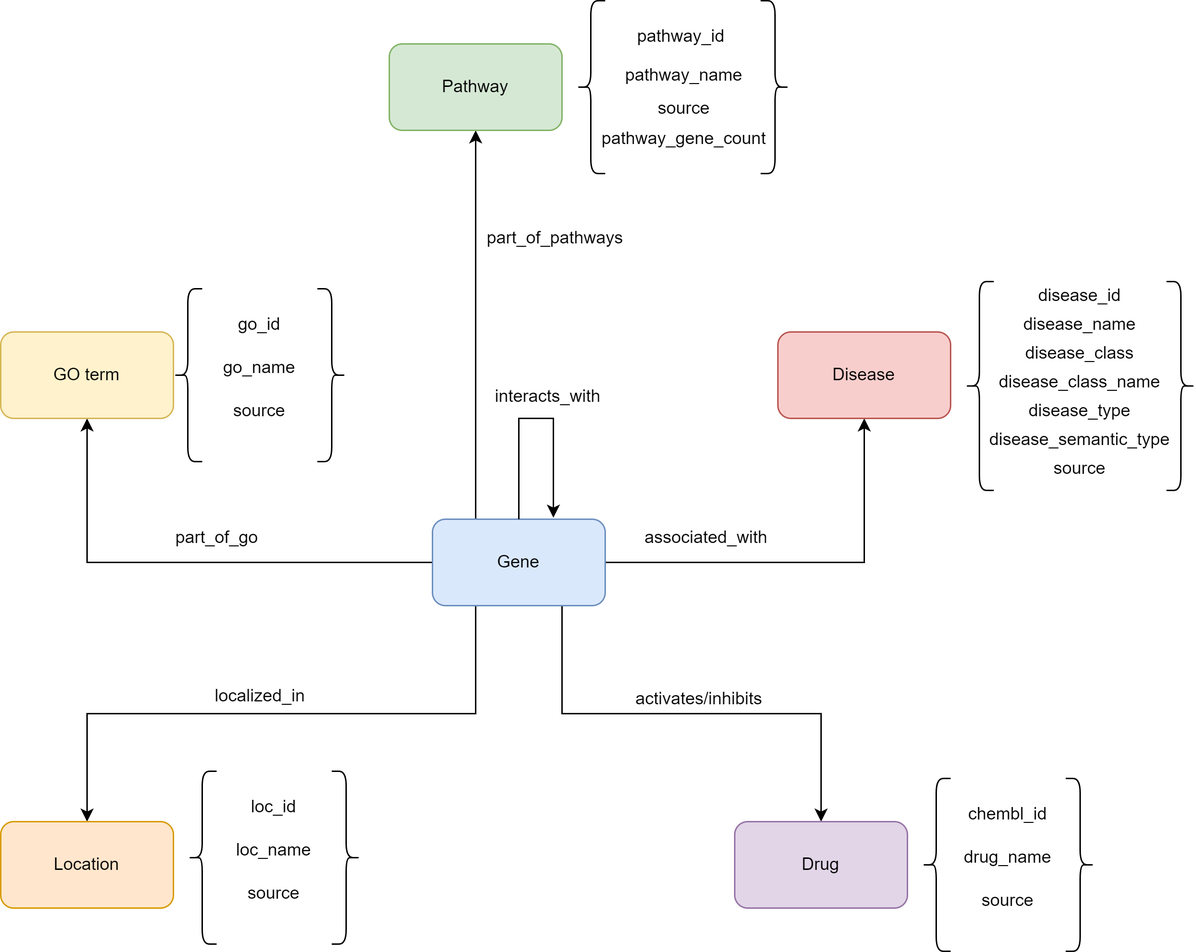
Above: paper/figures/pybiodatafuse-graph.png in BioDataFuse/biohackarvix-2023 (draw.io), before the change. Source tidied: cells renumbered, new cells last; positions are measured from the earlier drawing's top-left corner, leaving out a move shared by most shapes.
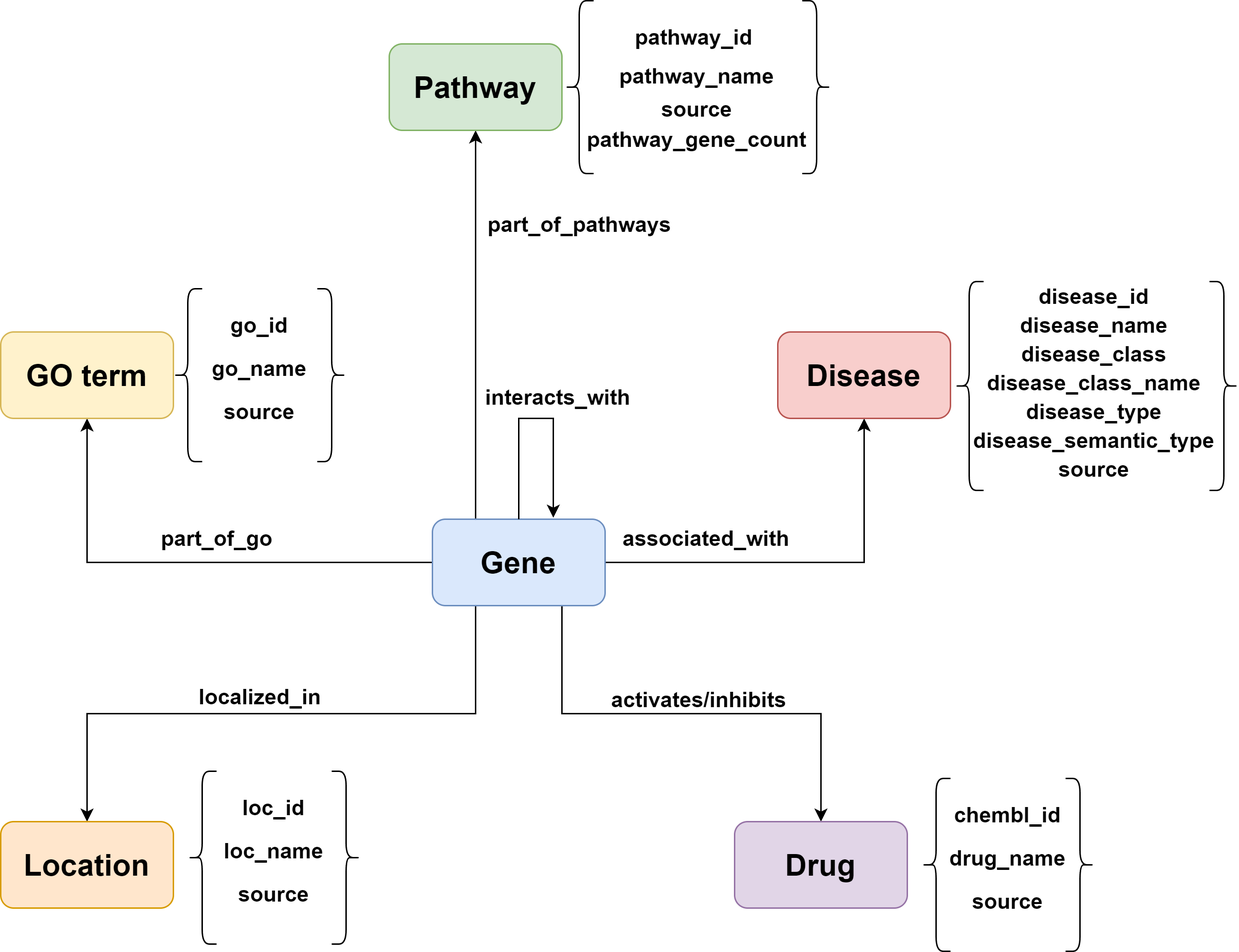
Later version of the same file.

Diff of the diagram source:
```diff
@@ -24,61 +24,61 @@
     </mxCell>
-    <mxCell id="7" value="Gene" style="rounded=1;whiteSpace=wrap;html=1;fillColor=#dae8fc;strokeColor=#6c8ebf;" parent="1" vertex="1">
+    <mxCell id="7" value="Gene" style="rounded=1;whiteSpace=wrap;html=1;fillColor=#dae8fc;strokeColor=#6c8ebf;fontSize=21;fontStyle=1;" parent="1" vertex="1">
       <mxGeometry x="300" y="360" width="120" height="60" as="geometry" />
     </mxCell>
-    <mxCell id="8" value="Disease" style="rounded=1;whiteSpace=wrap;html=1;fillColor=#f8cecc;strokeColor=#b85450;" parent="1" vertex="1">
+    <mxCell id="8" value="Disease" style="rounded=1;whiteSpace=wrap;html=1;fillColor=#f8cecc;strokeColor=#b85450;fontSize=21;fontStyle=1;" parent="1" vertex="1">
       <mxGeometry x="540" y="230" width="120" height="60" as="geometry" />
     </mxCell>
-    <mxCell id="9" value="Drug" style="rounded=1;whiteSpace=wrap;html=1;fillColor=#e1d5e7;strokeColor=#9673a6;" parent="1" vertex="1">
+    <mxCell id="9" value="Drug" style="rounded=1;whiteSpace=wrap;html=1;fillColor=#e1d5e7;strokeColor=#9673a6;fontSize=21;fontStyle=1;" parent="1" vertex="1">
       <mxGeometry x="510" y="570" width="120" height="60" as="geometry" />
     </mxCell>
-    <mxCell id="10" value="Pathway" style="rounded=1;whiteSpace=wrap;html=1;fillColor=#d5e8d4;strokeColor=#82b366;" parent="1" vertex="1">
+    <mxCell id="10" value="Pathway" style="rounded=1;whiteSpace=wrap;html=1;fillColor=#d5e8d4;strokeColor=#82b366;fontStyle=1;fontSize=21;" parent="1" vertex="1">
       <mxGeometry x="270" y="30" width="120" height="60" as="geometry" />
     </mxCell>
-    <mxCell id="11" value="GO term" style="rounded=1;whiteSpace=wrap;html=1;fillColor=#fff2cc;strokeColor=#d6b656;" parent="1" vertex="1">
+    <mxCell id="11" value="GO term" style="rounded=1;whiteSpace=wrap;html=1;fillColor=#fff2cc;strokeColor=#d6b656;fontSize=21;fontStyle=1;" parent="1" vertex="1">
       <mxGeometry y="230" width="120" height="60" as="geometry" />
     </mxCell>
-    <mxCell id="12" value="Location" style="rounded=1;whiteSpace=wrap;html=1;fillColor=#ffe6cc;strokeColor=#d79b00;" parent="1" vertex="1">
+    <mxCell id="12" value="Location" style="rounded=1;whiteSpace=wrap;html=1;fillColor=#ffe6cc;strokeColor=#d79b00;fontSize=21;fontStyle=1;" parent="1" vertex="1">
       <mxGeometry y="570" width="120" height="60" as="geometry" />
     </mxCell>
-    <mxCell id="13" style="shape=curlyBracket;whiteSpace=wrap;html=1;rounded=1;flipH=1;labelPosition=right;verticalLabelPosition=middle;align=left;verticalAlign=middle;" parent="1" vertex="1">
+    <mxCell id="13" style="shape=curlyBracket;whiteSpace=wrap;html=1;rounded=1;flipH=1;labelPosition=right;verticalLabelPosition=middle;align=left;verticalAlign=middle;fontSize=15;fontStyle=1;" parent="1" vertex="1">
       <mxGeometry x="740" y="540" width="20" height="120" as="geometry" />
     </mxCell>
-    <mxCell id="14" style="shape=curlyBracket;whiteSpace=wrap;html=1;rounded=1;labelPosition=left;verticalLabelPosition=middle;align=right;verticalAlign=middle;" parent="1" vertex="1">
+    <mxCell id="14" style="shape=curlyBracket;whiteSpace=wrap;html=1;rounded=1;labelPosition=left;verticalLabelPosition=middle;align=right;verticalAlign=middle;fontSize=15;fontStyle=1;" parent="1" vertex="1">
       <mxGeometry x="640" y="540" width="20" height="120" as="geometry" />
     </mxCell>
-    <mxCell id="15" value="chembl_id" style="text;html=1;strokeColor=none;fillColor=none;align=center;verticalAlign=middle;whiteSpace=wrap;rounded=0;" parent="1" vertex="1">
+    <mxCell id="15" value="chembl_id" style="text;html=1;strokeColor=none;fillColor=none;align=center;verticalAlign=middle;whiteSpace=wrap;rounded=0;fontSize=15;fontStyle=1;" parent="1" vertex="1">
       <mxGeometry x="670" y="550" width="60" height="30" as="geometry" />
     </mxCell>
-    <mxCell id="16" value="drug_name" style="text;html=1;strokeColor=none;fillColor=none;align=center;verticalAlign=middle;whiteSpace=wrap;rounded=0;" parent="1" vertex="1">
+    <mxCell id="16" value="drug_name" style="text;html=1;strokeColor=none;fillColor=none;align=center;verticalAlign=middle;whiteSpace=wrap;rounded=0;fontSize=15;fontStyle=1;" parent="1" vertex="1">
       <mxGeometry x="670" y="580" width="60" height="30" as="geometry" />
     </mxCell>
-    <mxCell id="17" value="source" style="text;html=1;strokeColor=none;fillColor=none;align=center;verticalAlign=middle;whiteSpace=wrap;rounded=0;" parent="1" vertex="1">
+    <mxCell id="17" value="source" style="text;html=1;strokeColor=none;fillColor=none;align=center;verticalAlign=middle;whiteSpace=wrap;rounded=0;fontSize=15;fontStyle=1;" parent="1" vertex="1">
       <mxGeometry x="670" y="610" width="60" height="30" as="geometry" />
     </mxCell>
-    <mxCell id="18" style="shape=curlyBracket;whiteSpace=wrap;html=1;rounded=1;flipH=1;labelPosition=right;verticalLabelPosition=middle;align=left;verticalAlign=middle;" parent="1" vertex="1">
-      <mxGeometry x="528" width="20" height="120" as="geometry" />
+    <mxCell id="18" style="shape=curlyBracket;whiteSpace=wrap;html=1;rounded=1;flipH=1;labelPosition=right;verticalLabelPosition=middle;align=left;verticalAlign=middle;fontStyle=1;fontSize=15;" parent="1" vertex="1">
+      <mxGeometry x="557" width="20" height="120" as="geometry" />
     </mxCell>
-    <mxCell id="19" value="pathway_id" style="text;html=1;strokeColor=none;fillColor=none;align=center;verticalAlign=middle;whiteSpace=wrap;rounded=0;" parent="1" vertex="1">
-      <mxGeometry x="443" y="10" width="60" height="30" as="geometry" />
+    <mxCell id="19" value="pathway_id" style="text;html=1;strokeColor=none;fillColor=none;align=center;verticalAlign=middle;whiteSpace=wrap;rounded=0;fontStyle=1;fontSize=15;" parent="1" vertex="1">
+      <mxGeometry x="452" y="10" width="60" height="30" as="geometry" />
     </mxCell>
-    <mxCell id="20" value="pathway_name" style="text;html=1;strokeColor=none;fillColor=none;align=center;verticalAlign=middle;whiteSpace=wrap;rounded=0;" parent="1" vertex="1">
-      <mxGeometry x="445" y="37" width="60" height="30" as="geometry" />
+    <mxCell id="20" value="pathway_name" style="text;html=1;strokeColor=none;fillColor=none;align=center;verticalAlign=middle;whiteSpace=wrap;rounded=0;fontStyle=1;fontSize=15;" parent="1" vertex="1">
+      <mxGeometry x="454" y="37" width="60" height="30" as="geometry" />
     </mxCell>
-    <mxCell id="21" value="pathway_gene_count" style="text;html=1;strokeColor=none;fillColor=none;align=center;verticalAlign=middle;whiteSpace=wrap;rounded=0;" parent="1" vertex="1">
-      <mxGeometry x="445" y="81" width="60" height="30" as="geometry" />
+    <mxCell id="21" value="pathway_gene_count" style="text;html=1;strokeColor=none;fillColor=none;align=center;verticalAlign=middle;whiteSpace=wrap;rounded=0;fontStyle=1;fontSize=15;" parent="1" vertex="1">
+      <mxGeometry x="454" y="81" width="60" height="30" as="geometry" />
     </mxCell>
-    <mxCell id="22" style="shape=curlyBracket;whiteSpace=wrap;html=1;rounded=1;flipH=1;labelPosition=right;verticalLabelPosition=middle;align=left;verticalAlign=middle;" parent="1" vertex="1">
+    <mxCell id="22" style="shape=curlyBracket;whiteSpace=wrap;html=1;rounded=1;flipH=1;labelPosition=right;verticalLabelPosition=middle;align=left;verticalAlign=middle;fontSize=15;fontStyle=1;" parent="1" vertex="1">
       <mxGeometry x="220" y="200" width="20" height="120" as="geometry" />
     </mxCell>
-    <mxCell id="23" value="go_id" style="text;html=1;strokeColor=none;fillColor=none;align=center;verticalAlign=middle;whiteSpace=wrap;rounded=0;" parent="1" vertex="1">
+    <mxCell id="23" value="go_id" style="text;html=1;strokeColor=none;fillColor=none;align=center;verticalAlign=middle;whiteSpace=wrap;rounded=0;fontSize=15;fontStyle=1;" parent="1" vertex="1">
       <mxGeometry x="150" y="210" width="60" height="30" as="geometry" />
     </mxCell>
-    <mxCell id="24" value="go_name" style="text;html=1;strokeColor=none;fillColor=none;align=center;verticalAlign=middle;whiteSpace=wrap;rounded=0;" parent="1" vertex="1">
+    <mxCell id="24" value="go_name" style="text;html=1;strokeColor=none;fillColor=none;align=center;verticalAlign=middle;whiteSpace=wrap;rounded=0;fontSize=15;fontStyle=1;" parent="1" vertex="1">
       <mxGeometry x="150" y="240" width="60" height="30" as="geometry" />
     </mxCell>
-    <mxCell id="25" value="source" style="text;html=1;strokeColor=none;fillColor=none;align=center;verticalAlign=middle;whiteSpace=wrap;rounded=0;" parent="1" vertex="1">
+    <mxCell id="25" value="source" style="text;html=1;strokeColor=none;fillColor=none;align=center;verticalAlign=middle;whiteSpace=wrap;rounded=0;fontSize=15;fontStyle=1;" parent="1" vertex="1">
       <mxGeometry x="150" y="270" width="60" height="30" as="geometry" />
     </mxCell>
-    <mxCell id="26" value="source" style="text;html=1;strokeColor=none;fillColor=none;align=center;verticalAlign=middle;whiteSpace=wrap;rounded=0;" parent="1" vertex="1">
-      <mxGeometry x="445" y="60" width="60" height="30" as="geometry" />
+    <mxCell id="26" value="source" style="text;html=1;strokeColor=none;fillColor=none;align=center;verticalAlign=middle;whiteSpace=wrap;rounded=0;fontStyle=1;fontSize=15;" parent="1" vertex="1">
+      <mxGeometry x="454" y="60" width="60" height="30" as="geometry" />
     </mxCell>
@@ -87,61 +87,61 @@
     </mxCell>
-    <mxCell id="28" style="shape=curlyBracket;whiteSpace=wrap;html=1;rounded=1;labelPosition=left;verticalLabelPosition=middle;align=right;verticalAlign=middle;" parent="1" vertex="1">
-      <mxGeometry x="400" width="20" height="120" as="geometry" />
+    <mxCell id="28" style="shape=curlyBracket;whiteSpace=wrap;html=1;rounded=1;labelPosition=left;verticalLabelPosition=middle;align=right;verticalAlign=middle;fontStyle=1;fontSize=15;" parent="1" vertex="1">
+      <mxGeometry x="392" width="20" height="120" as="geometry" />
     </mxCell>
-    <mxCell id="29" style="shape=curlyBracket;whiteSpace=wrap;html=1;rounded=1;flipH=1;labelPosition=right;verticalLabelPosition=middle;align=left;verticalAlign=middle;" parent="1" vertex="1">
+    <mxCell id="29" style="shape=curlyBracket;whiteSpace=wrap;html=1;rounded=1;flipH=1;labelPosition=right;verticalLabelPosition=middle;align=left;verticalAlign=middle;fontSize=15;fontStyle=1;" parent="1" vertex="1">
       <mxGeometry x="230" y="535" width="20" height="120" as="geometry" />
     </mxCell>
-    <mxCell id="30" style="shape=curlyBracket;whiteSpace=wrap;html=1;rounded=1;labelPosition=left;verticalLabelPosition=middle;align=right;verticalAlign=middle;" parent="1" vertex="1">
+    <mxCell id="30" style="shape=curlyBracket;whiteSpace=wrap;html=1;rounded=1;labelPosition=left;verticalLabelPosition=middle;align=right;verticalAlign=middle;fontSize=15;fontStyle=1;" parent="1" vertex="1">
       <mxGeometry x="130" y="535" width="20" height="120" as="geometry" />
     </mxCell>
-    <mxCell id="31" value="loc_id" style="text;html=1;strokeColor=none;fillColor=none;align=center;verticalAlign=middle;whiteSpace=wrap;rounded=0;" parent="1" vertex="1">
+    <mxCell id="31" value="loc_id" style="text;html=1;strokeColor=none;fillColor=none;align=center;verticalAlign=middle;whiteSpace=wrap;rounded=0;fontSize=15;fontStyle=1;" parent="1" vertex="1">
       <mxGeometry x="160" y="545" width="60" height="30" as="geometry" />
     </mxCell>
-    <mxCell id="32" value="loc_name" style="text;html=1;strokeColor=none;fillColor=none;align=center;verticalAlign=middle;whiteSpace=wrap;rounded=0;" parent="1" vertex="1">
+    <mxCell id="32" value="loc_name" style="text;html=1;strokeColor=none;fillColor=none;align=center;verticalAlign=middle;whiteSpace=wrap;rounded=0;fontSize=15;fontStyle=1;" parent="1" vertex="1">
       <mxGeometry x="160" y="575" width="60" height="30" as="geometry" />
     </mxCell>
-    <mxCell id="33" value="source" style="text;html=1;strokeColor=none;fillColor=none;align=center;verticalAlign=middle;whiteSpace=wrap;rounded=0;" parent="1" vertex="1">
+    <mxCell id="33" value="source" style="text;html=1;strokeColor=none;fillColor=none;align=center;verticalAlign=middle;whiteSpace=wrap;rounded=0;fontSize=15;fontStyle=1;" parent="1" vertex="1">
       <mxGeometry x="160" y="605" width="60" height="30" as="geometry" />
     </mxCell>
-    <mxCell id="34" style="shape=curlyBracket;whiteSpace=wrap;html=1;rounded=1;flipH=1;labelPosition=right;verticalLabelPosition=middle;align=left;verticalAlign=middle;" parent="1" vertex="1">
-      <mxGeometry x="810" y="195" width="20" height="145" as="geometry" />
+    <mxCell id="34" style="shape=curlyBracket;whiteSpace=wrap;html=1;rounded=1;flipH=1;labelPosition=right;verticalLabelPosition=middle;align=left;verticalAlign=middle;fontSize=15;fontStyle=1;" parent="1" vertex="1">
+      <mxGeometry x="840" y="195" width="20" height="145" as="geometry" />
     </mxCell>
-    <mxCell id="35" value="disease_id" style="text;html=1;strokeColor=none;fillColor=none;align=center;verticalAlign=middle;whiteSpace=wrap;rounded=0;" parent="1" vertex="1">
-      <mxGeometry x="720" y="190" width="60" height="30" as="geometry" />
+    <mxCell id="35" value="disease_id" style="text;html=1;strokeColor=none;fillColor=none;align=center;verticalAlign=middle;whiteSpace=wrap;rounded=0;fontSize=15;fontStyle=1;" parent="1" vertex="1">
+      <mxGeometry x="730" y="190" width="60" height="30" as="geometry" />
     </mxCell>
-    <mxCell id="36" value="disease_name" style="text;html=1;strokeColor=none;fillColor=none;align=center;verticalAlign=middle;whiteSpace=wrap;rounded=0;" parent="1" vertex="1">
-      <mxGeometry x="720" y="210" width="60" height="30" as="geometry" />
+    <mxCell id="36" value="disease_name" style="text;html=1;strokeColor=none;fillColor=none;align=center;verticalAlign=middle;whiteSpace=wrap;rounded=0;fontSize=15;fontStyle=1;" parent="1" vertex="1">
+      <mxGeometry x="730" y="210" width="60" height="30" as="geometry" />
     </mxCell>
-    <mxCell id="37" value="disease_class" style="text;html=1;strokeColor=none;fillColor=none;align=center;verticalAlign=middle;whiteSpace=wrap;rounded=0;" parent="1" vertex="1">
-      <mxGeometry x="720" y="230" width="60" height="30" as="geometry" />
+    <mxCell id="37" value="disease_class" style="text;html=1;strokeColor=none;fillColor=none;align=center;verticalAlign=middle;whiteSpace=wrap;rounded=0;fontSize=15;fontStyle=1;" parent="1" vertex="1">
+      <mxGeometry x="730" y="230" width="60" height="30" as="geometry" />
     </mxCell>
-    <mxCell id="38" style="shape=curlyBracket;whiteSpace=wrap;html=1;rounded=1;labelPosition=left;verticalLabelPosition=middle;align=right;verticalAlign=middle;" parent="1" vertex="1">
-      <mxGeometry x="670" y="195" width="20" height="145" as="geometry" />
+    <mxCell id="38" style="shape=curlyBracket;whiteSpace=wrap;html=1;rounded=1;labelPosition=left;verticalLabelPosition=middle;align=right;verticalAlign=middle;fontSize=15;fontStyle=1;" parent="1" vertex="1">
+      <mxGeometry x="663" y="195" width="20" height="145" as="geometry" />
     </mxCell>
-    <mxCell id="39" value="disease_class_name" style="text;html=1;strokeColor=none;fillColor=none;align=center;verticalAlign=middle;whiteSpace=wrap;rounded=0;" parent="1" vertex="1">
-      <mxGeometry x="720" y="250" width="60" height="30" as="geometry" />
+    <mxCell id="39" value="disease_class_name" style="text;html=1;strokeColor=none;fillColor=none;align=center;verticalAlign=middle;whiteSpace=wrap;rounded=0;fontSize=15;fontStyle=1;" parent="1" vertex="1">
+      <mxGeometry x="730" y="250" width="60" height="30" as="geometry" />
     </mxCell>
-    <mxCell id="40" value="disease_type" style="text;html=1;strokeColor=none;fillColor=none;align=center;verticalAlign=middle;whiteSpace=wrap;rounded=0;" parent="1" vertex="1">
-      <mxGeometry x="720" y="270" width="60" height="30" as="geometry" />
+    <mxCell id="40" value="disease_type" style="text;html=1;strokeColor=none;fillColor=none;align=center;verticalAlign=middle;whiteSpace=wrap;rounded=0;fontSize=15;fontStyle=1;" parent="1" vertex="1">
+      <mxGeometry x="730" y="270" width="60" height="30" as="geometry" />
     </mxCell>
-    <mxCell id="41" value="disease_semantic_type" style="text;html=1;strokeColor=none;fillColor=none;align=center;verticalAlign=middle;whiteSpace=wrap;rounded=0;" parent="1" vertex="1">
-      <mxGeometry x="720" y="290" width="60" height="30" as="geometry" />
+    <mxCell id="41" value="disease_semantic_type" style="text;html=1;strokeColor=none;fillColor=none;align=center;verticalAlign=middle;whiteSpace=wrap;rounded=0;fontSize=15;fontStyle=1;" parent="1" vertex="1">
+      <mxGeometry x="730" y="290" width="60" height="30" as="geometry" />
     </mxCell>
-    <mxCell id="42" value="source" style="text;html=1;strokeColor=none;fillColor=none;align=center;verticalAlign=middle;whiteSpace=wrap;rounded=0;" parent="1" vertex="1">
-      <mxGeometry x="720" y="310" width="60" height="30" as="geometry" />
+    <mxCell id="42" value="source" style="text;html=1;strokeColor=none;fillColor=none;align=center;verticalAlign=middle;whiteSpace=wrap;rounded=0;fontSize=15;fontStyle=1;" parent="1" vertex="1">
+      <mxGeometry x="730" y="310" width="60" height="30" as="geometry" />
     </mxCell>
-    <mxCell id="43" value="part_of_go" style="text;html=1;align=center;verticalAlign=middle;strokeColor=none;fillColor=none;" parent="1" vertex="1">
-      <mxGeometry x="110" y="358" width="80" height="30" as="geometry" />
+    <mxCell id="43" value="part_of_go" style="text;html=1;align=center;verticalAlign=middle;strokeColor=none;fillColor=none;fontSize=15;fontStyle=1;" parent="1" vertex="1">
+      <mxGeometry x="100" y="358" width="100" height="30" as="geometry" />
     </mxCell>
-    <mxCell id="44" value="associated_with" style="text;html=1;align=center;verticalAlign=middle;strokeColor=none;fillColor=none;" parent="1" vertex="1">
-      <mxGeometry x="435" y="358" width="110" height="30" as="geometry" />
+    <mxCell id="44" value="associated_with" style="text;html=1;align=center;verticalAlign=middle;strokeColor=none;fillColor=none;fontSize=15;fontStyle=1;" parent="1" vertex="1">
+      <mxGeometry x="420" y="358" width="140" height="30" as="geometry" />
     </mxCell>
-    <mxCell id="45" value="part_of_pathways" style="text;html=1;align=center;verticalAlign=middle;strokeColor=none;fillColor=none;" parent="1" vertex="1">
-      <mxGeometry x="325" y="150" width="120" height="30" as="geometry" />
+    <mxCell id="45" value="part_of_pathways" style="text;html=1;align=center;verticalAlign=middle;strokeColor=none;fillColor=none;fontSize=15;fontStyle=1;" parent="1" vertex="1">
+      <mxGeometry x="327" y="140" width="150" height="30" as="geometry" />
     </mxCell>
-    <mxCell id="46" value="activates/inhibits" style="text;html=1;align=center;verticalAlign=middle;strokeColor=none;fillColor=none;" parent="1" vertex="1">
-      <mxGeometry x="430" y="470" width="110" height="30" as="geometry" />
+    <mxCell id="46" value="activates/inhibits" style="text;html=1;align=center;verticalAlign=middle;strokeColor=none;fillColor=none;fontSize=15;fontStyle=1;" parent="1" vertex="1">
+      <mxGeometry x="410" y="470" width="150" height="30" as="geometry" />
     </mxCell>
-    <mxCell id="47" value="localized_in" style="text;html=1;align=center;verticalAlign=middle;strokeColor=none;fillColor=none;" parent="1" vertex="1">
-      <mxGeometry x="135" y="468" width="90" height="30" as="geometry" />
+    <mxCell id="47" value="localized_in" style="text;html=1;align=center;verticalAlign=middle;strokeColor=none;fillColor=none;fontSize=15;fontStyle=1;" parent="1" vertex="1">
+      <mxGeometry x="125" y="468" width="110" height="30" as="geometry" />
     </mxCell>
@@ -155,4 +155,4 @@
     </mxCell>
-    <mxCell id="49" value="interacts_with" style="text;html=1;align=center;verticalAlign=middle;strokeColor=none;fillColor=none;" parent="1" vertex="1">
-      <mxGeometry x="330" y="260" width="100" height="30" as="geometry" />
+    <mxCell id="49" value="interacts_with" style="text;html=1;align=center;verticalAlign=middle;strokeColor=none;fillColor=none;fontSize=15;fontStyle=1;" parent="1" vertex="1">
+      <mxGeometry x="327" y="260" width="120" height="30" as="geometry" />
     </mxCell>
```
